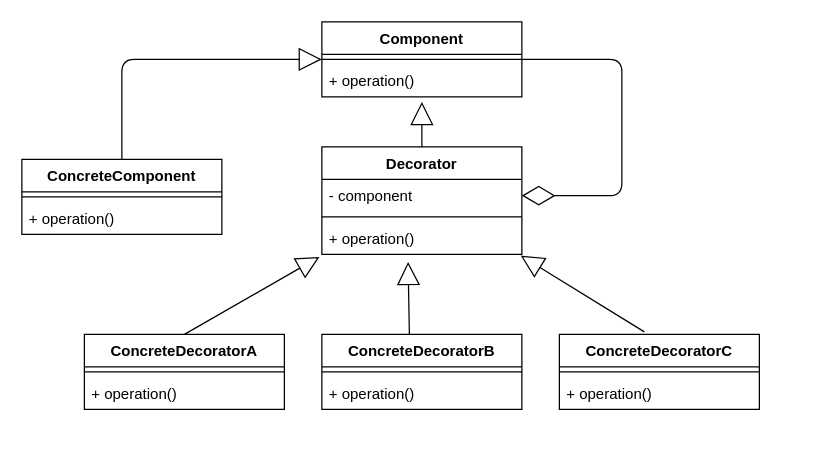
djangorepos/design_patterns keeps this draw.io diagram as design patterns/UML/Decorator.drawio. Above is the earlier version. Source tidied: cells renumbered, new cells numbered last; positions are measured from the earlier drawing's top-left corner, leaving out a move shared by most shapes. Both pictures are drawn from the tidied source at 125%, with x=0, y=0 at pixel (21, 21).
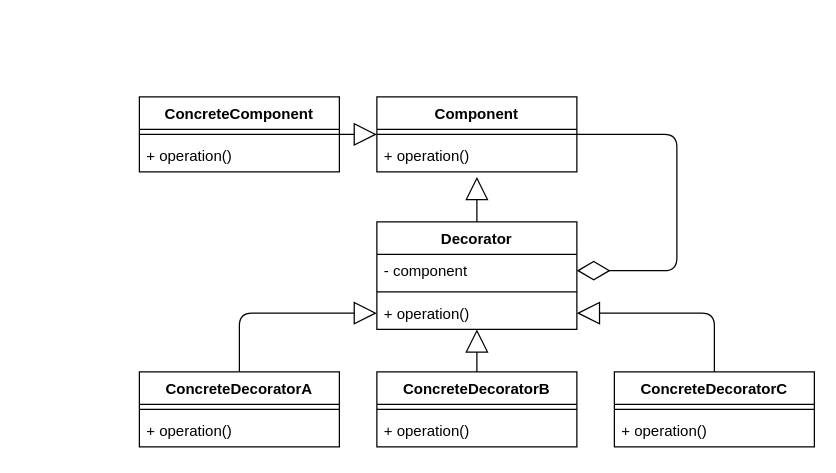
After the change.

The change refers to these unchanged cells:
```xml
<mxCell id="9" value="- component" style="text;strokeColor=none;fillColor=none;align=left;verticalAlign=top;spacingLeft=4;spacingRight=4;overflow=hidden;points=[[0,0.5],[1,0.5]];portConstraint=eastwest;" parent="8" vertex="1">
  <mxGeometry y="26" width="160" height="26" as="geometry" />
</mxCell>
<mxCell id="11" value="+ operation()" style="text;strokeColor=none;fillColor=none;align=left;verticalAlign=top;spacingLeft=4;spacingRight=4;overflow=hidden;points=[[0,0.5],[1,0.5]];portConstraint=eastwest;" parent="8" vertex="1">
  <mxGeometry y="60" width="160" height="26" as="geometry" />
</mxCell>
```

Diff of the diagram source:
```diff
@@
     <mxCell id="2" value="Component" style="swimlane;fontStyle=1;align=center;verticalAlign=top;horizontal=1;startSize=26;" parent="1" vertex="1">
-      <mxGeometry x="240" width="160" height="60" as="geometry" />
+      <mxGeometry x="284" y="60" width="160" height="60" as="geometry" />
     </mxCell>
@@
     <mxCell id="5" value="ConcreteComponent" style="swimlane;fontStyle=1;align=center;verticalAlign=top;horizontal=1;startSize=26;" parent="1" vertex="1">
-      <mxGeometry y="110" width="160" height="60" as="geometry" />
+      <mxGeometry x="94" y="60" width="160" height="60" as="geometry" />
     </mxCell>
@@
     <mxCell id="8" value="Decorator" style="swimlane;fontStyle=1;align=center;verticalAlign=top;horizontal=1;startSize=26;" parent="1" vertex="1">
-      <mxGeometry x="240" y="100" width="160" height="86" as="geometry" />
+      <mxGeometry x="284" y="160" width="160" height="86" as="geometry" />
     </mxCell>
@@
     <mxCell id="12" value="ConcreteDecoratorA" style="swimlane;fontStyle=1;align=center;verticalAlign=top;horizontal=1;startSize=26;" parent="1" vertex="1">
-      <mxGeometry x="50" y="250" width="160" height="60" as="geometry" />
+      <mxGeometry x="94" y="280" width="160" height="60" as="geometry" />
     </mxCell>
@@
     <mxCell id="15" value="ConcreteDecoratorB" style="swimlane;fontStyle=1;align=center;verticalAlign=top;horizontal=1;startSize=26;" parent="1" vertex="1">
-      <mxGeometry x="240" y="250" width="160" height="60" as="geometry" />
+      <mxGeometry x="284" y="280" width="160" height="60" as="geometry" />
     </mxCell>
-    <mxCell id="16" style="endArrow=block;endSize=16;endFill=0;html=1;entryX=0.431;entryY=1.231;entryDx=0;entryDy=0;entryPerimeter=0;" parent="15" edge="1" target="11">
-      <mxGeometry relative="1" as="geometry">
-        <mxPoint x="70" as="sourcePoint" />
-      </mxGeometry>
-    </mxCell>
@@
     <mxCell id="19" value="ConcreteDecoratorC" style="swimlane;fontStyle=1;align=center;verticalAlign=top;horizontal=1;startSize=26;" parent="1" vertex="1">
-      <mxGeometry x="430" y="250" width="160" height="60" as="geometry" />
+      <mxGeometry x="474" y="280" width="160" height="60" as="geometry" />
     </mxCell>
@@
-    <mxCell id="23" value="&lt;br&gt;" style="endArrow=block;endSize=16;endFill=0;html=1;exitX=0.5;exitY=0;exitDx=0;exitDy=0;entryX=0;entryY=0.5;entryDx=0;entryDy=0;" parent="1" edge="1" source="5" target="2">
-      <mxGeometry relative="1" as="geometry">
-        <Array as="points">
-          <mxPoint x="80" y="30" />
-        </Array>
-      </mxGeometry>
+    <mxCell id="23" value="&lt;br&gt;" style="endArrow=block;endSize=16;endFill=0;html=1;exitX=1;exitY=0.5;exitDx=0;exitDy=0;entryX=0;entryY=0.5;entryDx=0;entryDy=0;" parent="1" edge="1" source="5" target="2">
+      <mxGeometry relative="1" as="geometry" />
     </mxCell>
     <mxCell id="24" style="endArrow=diamondThin;endFill=0;endSize=24;html=1;entryX=1;entryY=0.5;entryDx=0;entryDy=0;exitX=1;exitY=0.5;exitDx=0;exitDy=0;" parent="1" edge="1" source="2" target="9">
       <mxGeometry relative="1" as="geometry">
         <Array as="points">
-          <mxPoint x="480" y="30" />
-          <mxPoint x="480" y="139" />
+          <mxPoint x="524" y="90" />
+          <mxPoint x="524" y="199" />
         </Array>
       </mxGeometry>
     </mxCell>
-    <mxCell id="25" style="endArrow=block;endSize=16;endFill=0;html=1;exitX=0.5;exitY=0;exitDx=0;exitDy=0;entryX=-0.012;entryY=1.077;entryDx=0;entryDy=0;entryPerimeter=0;" parent="1" edge="1" source="12" target="11">
-      <mxGeometry x="0.21" y="-9" relative="1" as="geometry" />
+    <mxCell id="25" style="endArrow=block;endSize=16;endFill=0;html=1;exitX=0.5;exitY=0;exitDx=0;exitDy=0;entryX=0;entryY=0.5;entryDx=0;entryDy=0;" parent="1" edge="1" source="12" target="11">
+      <mxGeometry x="0.21" y="-9" relative="1" as="geometry">
+        <Array as="points">
+          <mxPoint x="174" y="280" />
+          <mxPoint x="174" y="233" />
+          <mxPoint x="244" y="233" />
+        </Array>
+      </mxGeometry>
     </mxCell>
-    <mxCell id="26" style="endArrow=block;endSize=16;endFill=0;html=1;exitX=0.425;exitY=-0.033;exitDx=0;exitDy=0;exitPerimeter=0;entryX=0.994;entryY=1.038;entryDx=0;entryDy=0;entryPerimeter=0;" parent="1" edge="1" source="19" target="11">
-      <mxGeometry relative="1" as="geometry" />
+    <mxCell id="26" style="endArrow=block;endSize=16;endFill=0;html=1;exitX=0.5;exitY=0;exitDx=0;exitDy=0;entryX=1;entryY=0.5;entryDx=0;entryDy=0;" parent="1" edge="1" source="19" target="11">
+      <mxGeometry relative="1" as="geometry">
+        <Array as="points">
+          <mxPoint x="554" y="233" />
+        </Array>
+      </mxGeometry>
     </mxCell>
+    <mxCell id="16" style="endArrow=block;endSize=16;endFill=0;html=1;entryX=0.5;entryY=1;entryDx=0;entryDy=0;entryPerimeter=0;exitX=0.5;exitY=0;exitDx=0;exitDy=0;" parent="1" edge="1" source="15" target="11">
+      <mxGeometry relative="1" as="geometry" />
+    </mxCell>
```
